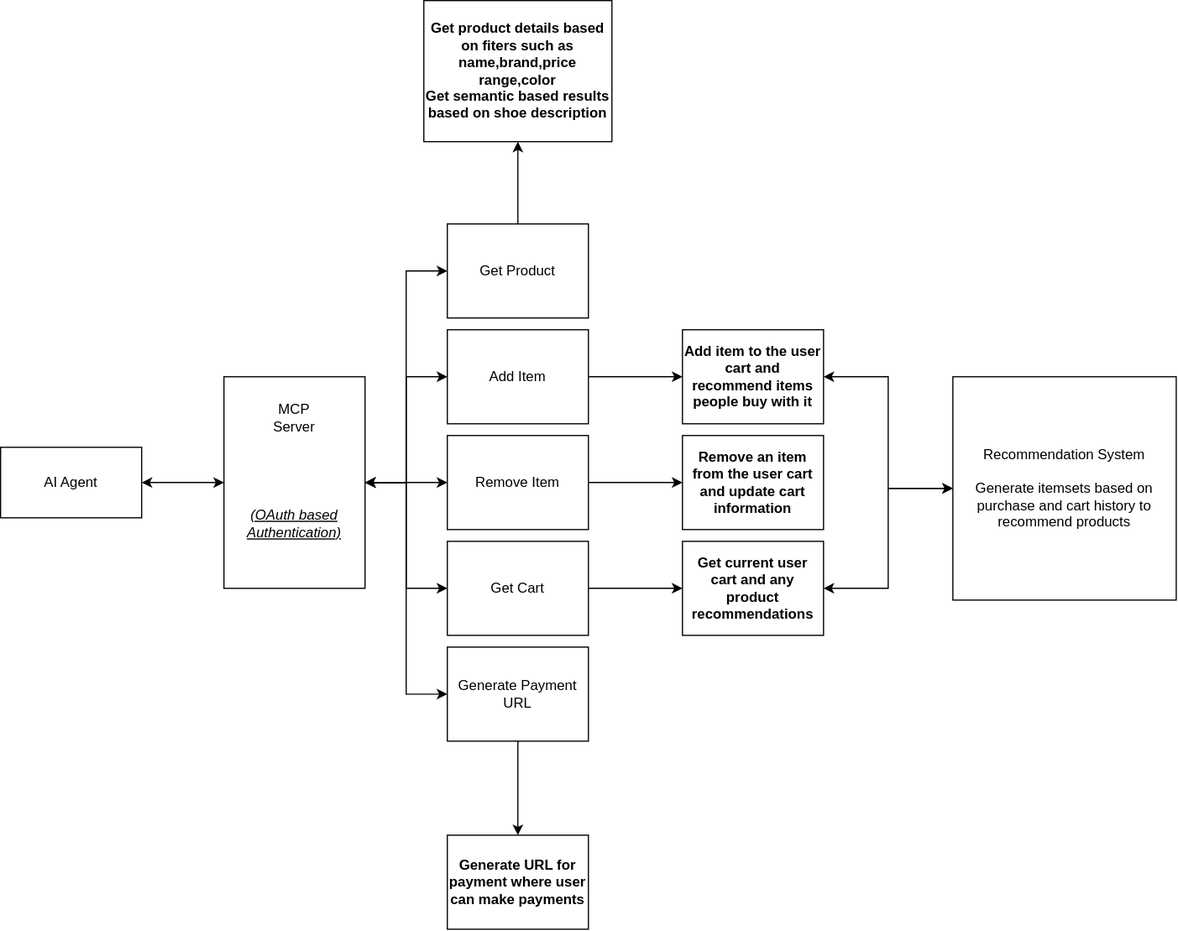
This is razorpay.svg from Pan23rr/Butlet, a draw.io export, as it was before one commit. Source tidied: cells renumbered, new cells last; positions are measured from the earlier drawing's top-left corner, leaving out a move shared by most shapes. Its diagram source:
```xml
<mxGraphModel>
  <root>
    <mxCell id="0" />
    <mxCell id="1" parent="0" />
    <mxCell id="2" style="edgeStyle=orthogonalEdgeStyle;rounded=0;jettySize=auto;html=1;startArrow=classic;startFill=1;" parent="1" edge="1" source="3" target="5">
      <mxGeometry relative="1" as="geometry" />
    </mxCell>
    <mxCell id="3" value="AI Agent" style="rounded=0;whiteSpace=wrap;html=1;" parent="1" vertex="1">
      <mxGeometry y="380" width="120" height="60" as="geometry" />
    </mxCell>
    <mxCell id="4" style="edgeStyle=orthogonalEdgeStyle;rounded=0;jettySize=auto;html=1;entryX=0;entryY=0.5;entryDx=0;entryDy=0;" parent="1" edge="1" source="5" target="9">
      <mxGeometry relative="1" as="geometry" />
    </mxCell>
    <mxCell id="5" style="rounded=0;whiteSpace=wrap;html=1;rotation=90;" parent="1" vertex="1">
      <mxGeometry x="160" y="350" width="180" height="120" as="geometry" />
    </mxCell>
    <mxCell id="6" value="MCP Server" style="text;html=1;whiteSpace=wrap;strokeColor=none;fillColor=none;align=center;verticalAlign=middle;rounded=0;" parent="1" vertex="1">
      <mxGeometry x="220" y="340" width="60" height="30" as="geometry" />
    </mxCell>
    <mxCell id="7" value="&lt;i&gt;&lt;u&gt;(OAuth based Authentication)&lt;/u&gt;&lt;/i&gt;" style="text;html=1;whiteSpace=wrap;strokeColor=none;fillColor=none;align=center;verticalAlign=middle;rounded=0;" parent="1" vertex="1">
      <mxGeometry x="200" y="410" width="100" height="70" as="geometry" />
    </mxCell>
    <mxCell id="8" style="edgeStyle=orthogonalEdgeStyle;rounded=0;jettySize=auto;html=1;" parent="1" edge="1" source="9" target="22">
      <mxGeometry relative="1" as="geometry" />
    </mxCell>
    <mxCell id="9" value="Get Product" style="rounded=0;whiteSpace=wrap;html=1;" parent="1" vertex="1">
      <mxGeometry x="380" y="190" width="120" height="80" as="geometry" />
    </mxCell>
    <mxCell id="10" style="edgeStyle=orthogonalEdgeStyle;rounded=0;jettySize=auto;html=1;entryX=0.5;entryY=0;entryDx=0;entryDy=0;startArrow=classic;startFill=1;" parent="1" edge="1" source="12" target="5">
      <mxGeometry relative="1" as="geometry" />
    </mxCell>
    <mxCell id="11" style="edgeStyle=orthogonalEdgeStyle;rounded=0;jettySize=auto;html=1;" parent="1" edge="1" source="12" target="24">
      <mxGeometry relative="1" as="geometry" />
    </mxCell>
    <mxCell id="12" value="Add Item" style="rounded=0;whiteSpace=wrap;html=1;" parent="1" vertex="1">
      <mxGeometry x="380" y="280" width="120" height="80" as="geometry" />
    </mxCell>
    <mxCell id="13" style="edgeStyle=orthogonalEdgeStyle;rounded=0;jettySize=auto;html=1;entryX=0.5;entryY=0;entryDx=0;entryDy=0;startArrow=classic;startFill=1;" parent="1" edge="1" source="15" target="5">
      <mxGeometry relative="1" as="geometry" />
    </mxCell>
    <mxCell id="14" style="edgeStyle=orthogonalEdgeStyle;rounded=0;jettySize=auto;html=1;" parent="1" edge="1" source="15" target="25">
      <mxGeometry relative="1" as="geometry" />
    </mxCell>
    <mxCell id="15" value="Remove Item" style="rounded=0;whiteSpace=wrap;html=1;" parent="1" vertex="1">
      <mxGeometry x="380" y="370" width="120" height="80" as="geometry" />
    </mxCell>
    <mxCell id="16" style="edgeStyle=orthogonalEdgeStyle;rounded=0;jettySize=auto;html=1;entryX=0.5;entryY=0;entryDx=0;entryDy=0;startArrow=classic;startFill=1;" parent="1" edge="1" source="18" target="5">
      <mxGeometry relative="1" as="geometry" />
    </mxCell>
    <mxCell id="17" style="edgeStyle=orthogonalEdgeStyle;rounded=0;jettySize=auto;html=1;" parent="1" edge="1" source="18" target="27">
      <mxGeometry relative="1" as="geometry" />
    </mxCell>
    <mxCell id="18" value="Get Cart" style="rounded=0;whiteSpace=wrap;html=1;" parent="1" vertex="1">
      <mxGeometry x="380" y="460" width="120" height="80" as="geometry" />
    </mxCell>
    <mxCell id="19" style="edgeStyle=orthogonalEdgeStyle;rounded=0;jettySize=auto;html=1;entryX=0.5;entryY=0;entryDx=0;entryDy=0;startArrow=classic;startFill=1;" parent="1" edge="1" source="21" target="5">
      <mxGeometry relative="1" as="geometry" />
    </mxCell>
    <mxCell id="20" style="edgeStyle=orthogonalEdgeStyle;rounded=0;jettySize=auto;html=1;" parent="1" edge="1" source="21" target="28">
      <mxGeometry relative="1" as="geometry" />
    </mxCell>
    <mxCell id="21" value="Generate Payment URL" style="rounded=0;whiteSpace=wrap;html=1;" parent="1" vertex="1">
      <mxGeometry x="380" y="550" width="120" height="80" as="geometry" />
    </mxCell>
    <mxCell id="22" value="&lt;div&gt;&lt;b&gt;Get product details based on fiters such as name,brand,price range,color&lt;/b&gt;&lt;/div&gt;&lt;div&gt;&lt;b&gt;Get semantic based results based on shoe description&lt;/b&gt;&lt;/div&gt;" style="rounded=0;whiteSpace=wrap;html=1;" parent="1" vertex="1">
      <mxGeometry x="360" width="160" height="120" as="geometry" />
    </mxCell>
    <mxCell id="23" style="edgeStyle=orthogonalEdgeStyle;rounded=0;jettySize=auto;html=1;startArrow=classic;startFill=1;" parent="1" edge="1" source="24" target="29">
      <mxGeometry relative="1" as="geometry" />
    </mxCell>
    <mxCell id="24" value="&lt;b&gt;Add item to the user cart and recommend items people buy with it&lt;/b&gt;" style="rounded=0;whiteSpace=wrap;html=1;" parent="1" vertex="1">
      <mxGeometry x="580" y="280" width="120" height="80" as="geometry" />
    </mxCell>
    <mxCell id="25" value="&lt;b&gt;Remove an item from the user cart and update cart information&lt;/b&gt;" style="rounded=0;whiteSpace=wrap;html=1;" parent="1" vertex="1">
      <mxGeometry x="580" y="370" width="120" height="80" as="geometry" />
    </mxCell>
    <mxCell id="26" style="edgeStyle=orthogonalEdgeStyle;rounded=0;jettySize=auto;html=1;entryX=0;entryY=0.5;entryDx=0;entryDy=0;startArrow=classic;startFill=1;" parent="1" edge="1" source="27" target="29">
      <mxGeometry relative="1" as="geometry" />
    </mxCell>
    <mxCell id="27" value="&lt;b&gt;Get current user cart and any product recommendations&lt;/b&gt;" style="rounded=0;whiteSpace=wrap;html=1;" parent="1" vertex="1">
      <mxGeometry x="580" y="460" width="120" height="80" as="geometry" />
    </mxCell>
    <mxCell id="28" value="&lt;b&gt;Generate URL for payment where user can make payments&lt;/b&gt;" style="rounded=0;whiteSpace=wrap;html=1;" parent="1" vertex="1">
      <mxGeometry x="380" y="710" width="120" height="80" as="geometry" />
    </mxCell>
    <mxCell id="29" value="&lt;div&gt;Recommendation System&lt;/div&gt;&lt;div&gt;&lt;br&gt;&lt;/div&gt;&lt;div&gt;Generate itemsets based on purchase and cart history to recommend products&lt;/div&gt;" style="whiteSpace=wrap;html=1;" parent="1" vertex="1">
      <mxGeometry x="810" y="320" width="190" height="190" as="geometry" />
    </mxCell>
  </root>
</mxGraphModel>
```
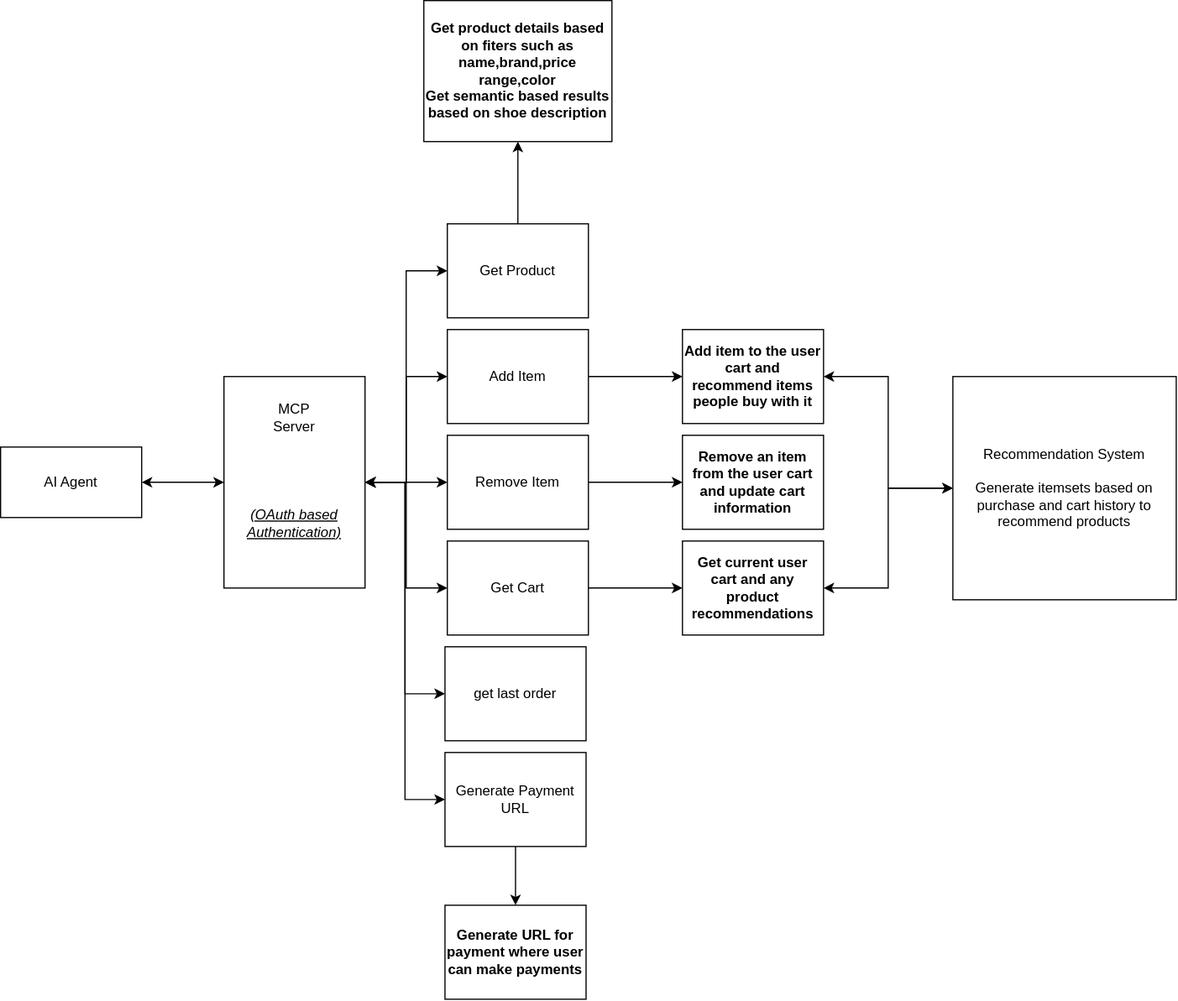
The same diagram one commit later.

Commit message:
updated workflow to include the last order tool

Change to the diagram source:
```diff
@@ -60,7 +60,7 @@
       <mxGeometry relative="1" as="geometry" />
     </mxCell>
     <mxCell id="21" value="Generate Payment URL" style="rounded=0;whiteSpace=wrap;html=1;" parent="1" vertex="1">
-      <mxGeometry x="380" y="550" width="120" height="80" as="geometry" />
+      <mxGeometry x="378" y="640" width="120" height="80" as="geometry" />
     </mxCell>
     <mxCell id="22" value="&lt;div&gt;&lt;b&gt;Get product details based on fiters such as name,brand,price range,color&lt;/b&gt;&lt;/div&gt;&lt;div&gt;&lt;b&gt;Get semantic based results based on shoe description&lt;/b&gt;&lt;/div&gt;" style="rounded=0;whiteSpace=wrap;html=1;" parent="1" vertex="1">
       <mxGeometry x="360" width="160" height="120" as="geometry" />
@@ -81,10 +81,16 @@
       <mxGeometry x="580" y="460" width="120" height="80" as="geometry" />
     </mxCell>
     <mxCell id="28" value="&lt;b&gt;Generate URL for payment where user can make payments&lt;/b&gt;" style="rounded=0;whiteSpace=wrap;html=1;" parent="1" vertex="1">
-      <mxGeometry x="380" y="710" width="120" height="80" as="geometry" />
+      <mxGeometry x="378" y="770" width="120" height="80" as="geometry" />
     </mxCell>
     <mxCell id="29" value="&lt;div&gt;Recommendation System&lt;/div&gt;&lt;div&gt;&lt;br&gt;&lt;/div&gt;&lt;div&gt;Generate itemsets based on purchase and cart history to recommend products&lt;/div&gt;" style="whiteSpace=wrap;html=1;" parent="1" vertex="1">
       <mxGeometry x="810" y="320" width="190" height="190" as="geometry" />
     </mxCell>
+    <mxCell id="30" style="edgeStyle=orthogonalEdgeStyle;rounded=0;jettySize=auto;html=1;entryX=0.5;entryY=0;entryDx=0;entryDy=0;startArrow=classic;startFill=1;" parent="1" edge="1" source="31" target="5">
+      <mxGeometry relative="1" as="geometry" />
+    </mxCell>
+    <mxCell id="31" value="get last order" style="rounded=0;whiteSpace=wrap;html=1;" parent="1" vertex="1">
+      <mxGeometry x="378" y="550" width="120" height="80" as="geometry" />
+    </mxCell>
   </root>
 </mxGraphModel>
```
